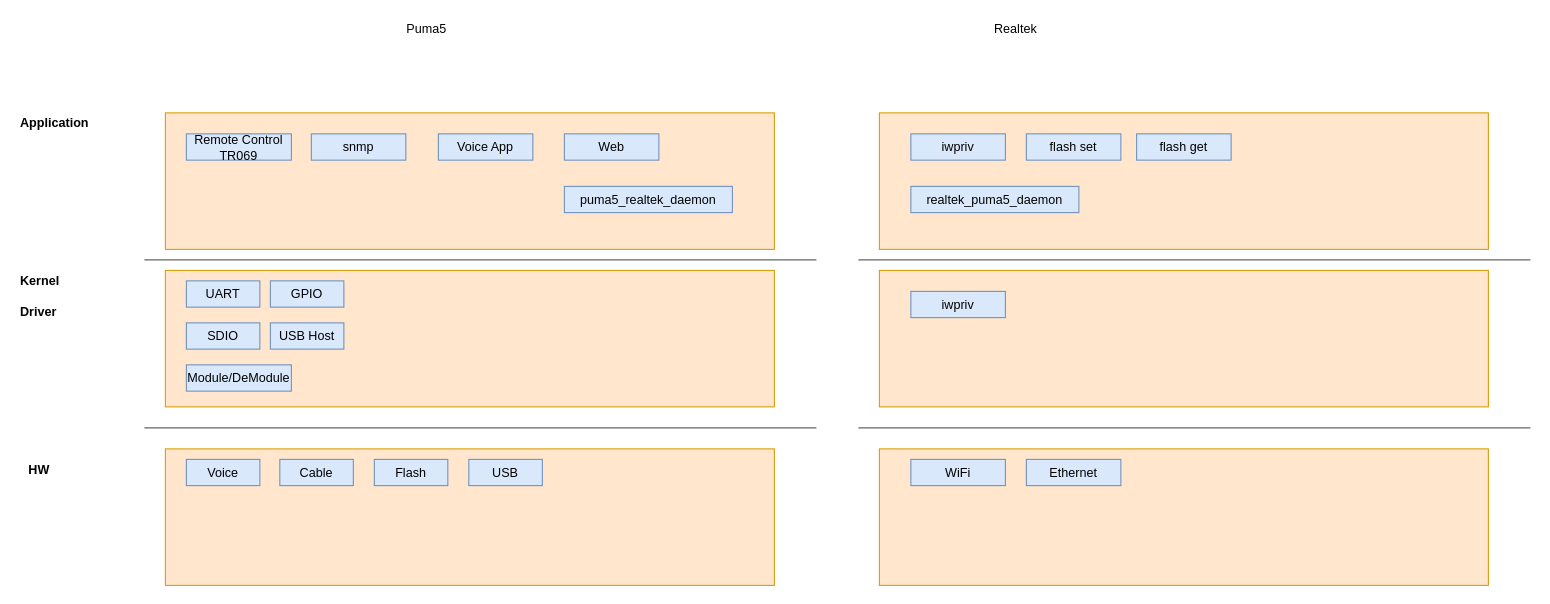
This is page "Framework" (1 of 7) of Cable_Modem_Architecture_Sample.drawio from nelsonchung/drawio, a draw.io file, before an edit. Source tidied: cells renumbered, new cells numbered last; positions are measured from the earlier drawing's top-left corner, leaving out a move shared by most shapes. Both pictures are drawn from the tidied source at 105%, with x=0, y=0 at pixel (18, 18).
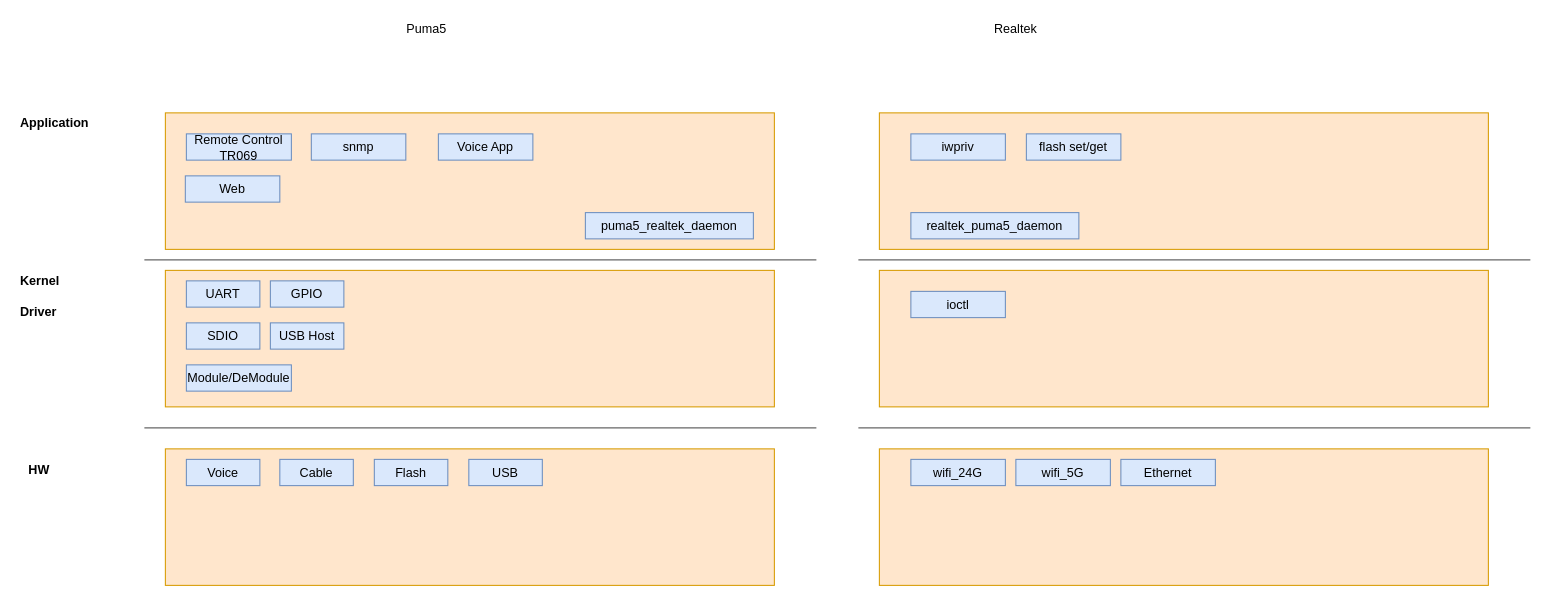
After the change.

Commit message:
[Cable_Modem_Architecture_Sample] Update the Framework

Diff of the diagram source:
```diff
@@
     <mxCell id="16" value="Web" style="rounded=0;whiteSpace=wrap;html=1;fillColor=#dae8fc;strokeColor=#6c8ebf;" parent="1" vertex="1">
-      <mxGeometry x="520" y="110" width="90" height="25" as="geometry" />
+      <mxGeometry x="159" y="150" width="90" height="25" as="geometry" />
     </mxCell>
@@
-    <mxCell id="32" value="iwpriv" style="rounded=0;whiteSpace=wrap;html=1;fillColor=#dae8fc;strokeColor=#6c8ebf;" parent="1" vertex="1">
+    <mxCell id="32" value="ioctl" style="rounded=0;whiteSpace=wrap;html=1;fillColor=#dae8fc;strokeColor=#6c8ebf;" parent="1" vertex="1">
       <mxGeometry x="850" y="260" width="90" height="25" as="geometry" />
     </mxCell>
-    <mxCell id="33" value="flash set" style="rounded=0;whiteSpace=wrap;html=1;fillColor=#dae8fc;strokeColor=#6c8ebf;" parent="1" vertex="1">
+    <mxCell id="33" value="flash set/get" style="rounded=0;whiteSpace=wrap;html=1;fillColor=#dae8fc;strokeColor=#6c8ebf;" parent="1" vertex="1">
       <mxGeometry x="960" y="110" width="90" height="25" as="geometry" />
     </mxCell>
-    <mxCell id="34" value="flash get" style="rounded=0;whiteSpace=wrap;html=1;fillColor=#dae8fc;strokeColor=#6c8ebf;" parent="1" vertex="1">
-      <mxGeometry x="1065" y="110" width="90" height="25" as="geometry" />
-    </mxCell>
-    <mxCell id="35" value="WiFi" style="rounded=0;whiteSpace=wrap;html=1;fillColor=#dae8fc;strokeColor=#6c8ebf;" parent="1" vertex="1">
+    <mxCell id="35" value="wifi_24G" style="rounded=0;whiteSpace=wrap;html=1;fillColor=#dae8fc;strokeColor=#6c8ebf;" parent="1" vertex="1">
       <mxGeometry x="850" y="420" width="90" height="25" as="geometry" />
     </mxCell>
     <mxCell id="36" value="Ethernet" style="rounded=0;whiteSpace=wrap;html=1;fillColor=#dae8fc;strokeColor=#6c8ebf;" parent="1" vertex="1">
-      <mxGeometry x="960" y="420" width="90" height="25" as="geometry" />
+      <mxGeometry x="1050" y="420" width="90" height="25" as="geometry" />
     </mxCell>
     <mxCell id="37" value="puma5_realtek_daemon" style="rounded=0;whiteSpace=wrap;html=1;fillColor=#dae8fc;strokeColor=#6c8ebf;" parent="1" vertex="1">
-      <mxGeometry x="520" y="160" width="160" height="25" as="geometry" />
+      <mxGeometry x="540" y="185" width="160" height="25" as="geometry" />
     </mxCell>
     <mxCell id="38" value="realtek_puma5_daemon" style="rounded=0;whiteSpace=wrap;html=1;fillColor=#dae8fc;strokeColor=#6c8ebf;" parent="1" vertex="1">
-      <mxGeometry x="850" y="160" width="160" height="25" as="geometry" />
+      <mxGeometry x="850" y="185" width="160" height="25" as="geometry" />
     </mxCell>
+    <mxCell id="39" value="wifi_5G" style="rounded=0;whiteSpace=wrap;html=1;fillColor=#dae8fc;strokeColor=#6c8ebf;" parent="1" vertex="1">
+      <mxGeometry x="950" y="420" width="90" height="25" as="geometry" />
+    </mxCell>
```
